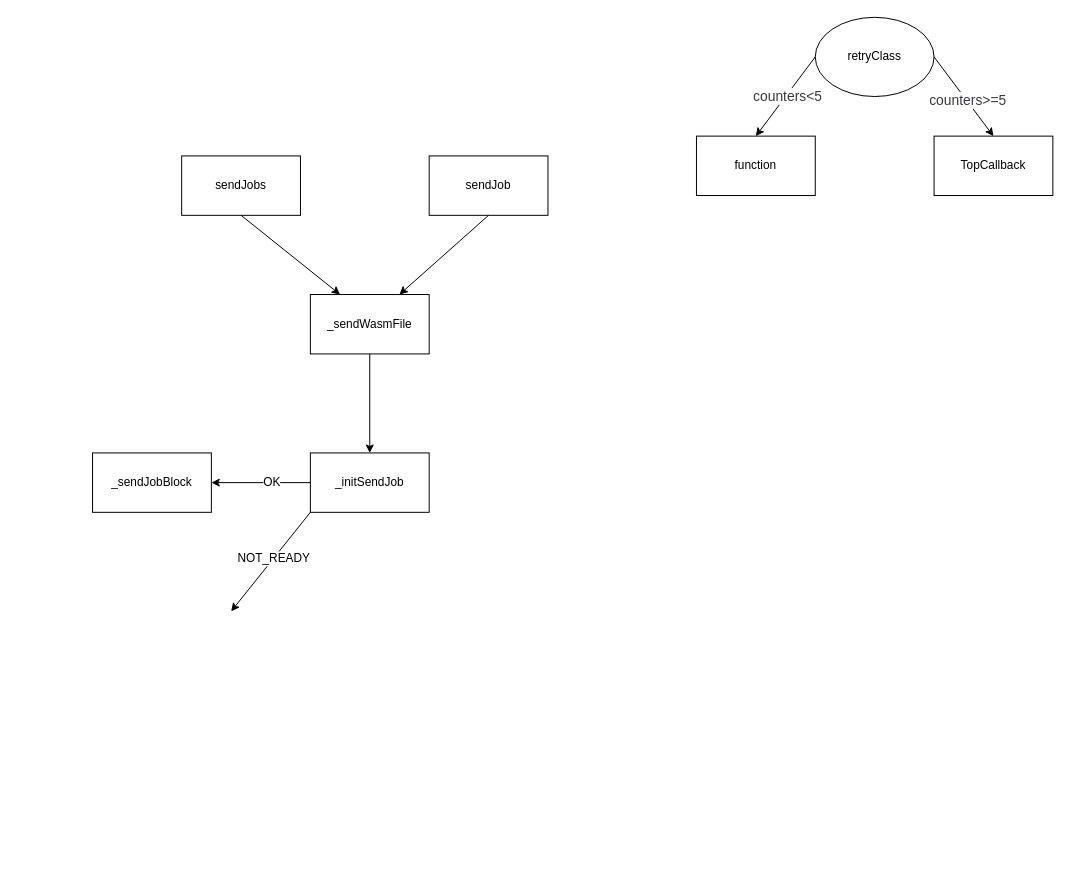
This is Untitled Diagram.drawio from woruyu/test, a draw.io file, before an edit. Source tidied: cells renumbered, new cells numbered last; positions are measured from the earlier drawing's top-left corner, leaving out a move shared by most shapes. Both pictures are drawn from the tidied source at 99%, with x=0, y=0 at pixel (92, 17).
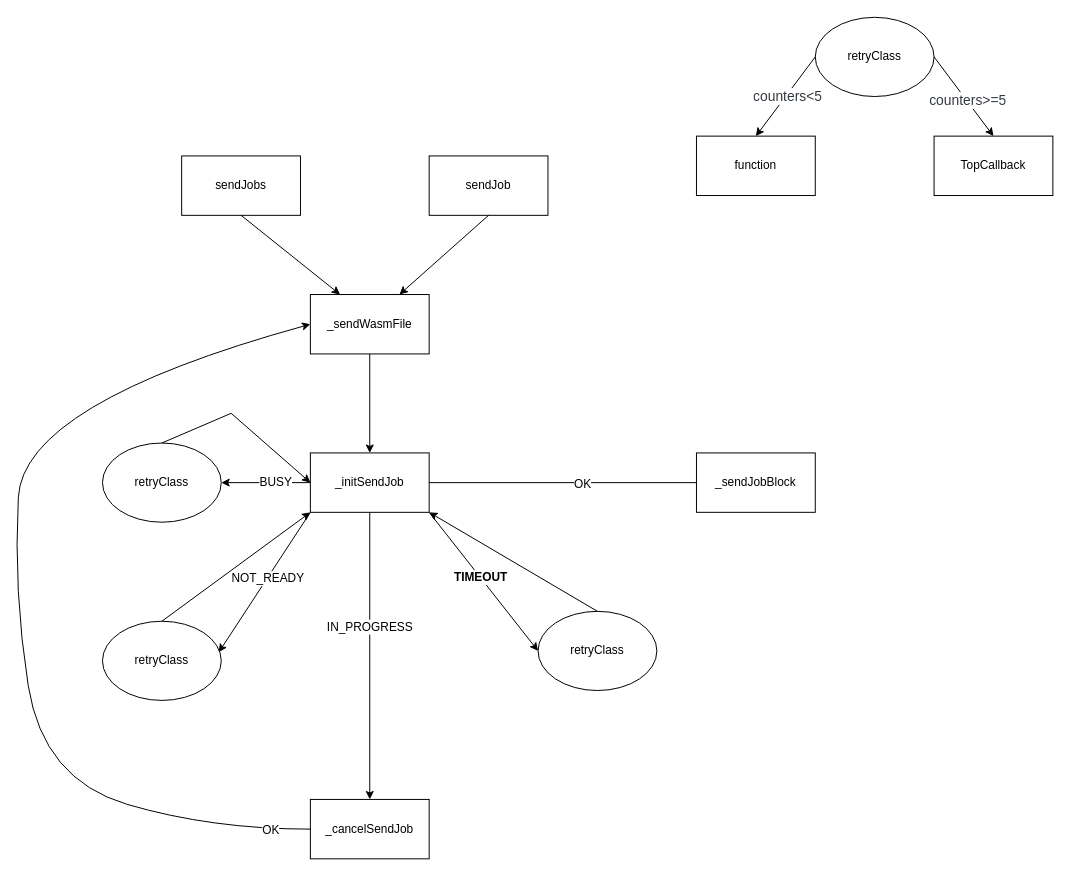
Above is the later version.

The change refers to these unchanged cells:
```xml
<mxCell id="2" value="_sendWasmFile" style="rounded=0;whiteSpace=wrap;html=1;" parent="1" vertex="1">
  <mxGeometry x="220" y="280" width="120" height="60" as="geometry" />
</mxCell>
<mxCell id="8" value="_initSendJob" style="rounded=0;whiteSpace=wrap;html=1;strokeColor=default;align=center;verticalAlign=middle;fontFamily=Helvetica;fontSize=12;fontColor=default;fillColor=default;" parent="1" vertex="1">
  <mxGeometry x="220" y="440" width="120" height="60" as="geometry" />
</mxCell>
```

Change to the diagram source:
```diff
@@
-    <mxCell id="9" style="endArrow=classic;html=1;rounded=0;fontFamily=Helvetica;fontSize=12;fontColor=default;exitX=0;exitY=0.5;exitDx=0;exitDy=0;entryX=1;entryY=0.5;entryDx=0;entryDy=0;" parent="1" edge="1" source="8" target="13">
-      <mxGeometry relative="1" as="geometry" />
+    <mxCell id="9" style="endArrow=classic;html=1;rounded=0;fontFamily=Helvetica;fontSize=12;fontColor=default;entryX=1;entryY=0.5;entryDx=0;entryDy=0;" parent="1" edge="1" target="13">
+      <mxGeometry relative="1" as="geometry">
+        <mxPoint x="340" y="470" as="sourcePoint" />
+      </mxGeometry>
     </mxCell>
@@
-    <mxCell id="11" style="endArrow=classic;html=1;rounded=0;fontFamily=Helvetica;fontSize=12;fontColor=default;exitX=0;exitY=1;exitDx=0;exitDy=0;" parent="1" edge="1" source="8">
-      <mxGeometry relative="1" as="geometry">
-        <mxPoint x="140" y="600" as="targetPoint" />
-      </mxGeometry>
+    <mxCell id="11" style="endArrow=classic;html=1;rounded=0;fontFamily=Helvetica;fontSize=12;fontColor=default;exitX=0;exitY=1;exitDx=0;exitDy=0;entryX=0.979;entryY=0.392;entryDx=0;entryDy=0;entryPerimeter=0;" parent="1" edge="1" source="8" target="26">
+      <mxGeometry relative="1" as="geometry" />
     </mxCell>
@@
     <mxCell id="13" value="_sendJobBlock" style="rounded=0;whiteSpace=wrap;html=1;strokeColor=default;align=center;verticalAlign=middle;fontFamily=Helvetica;fontSize=12;fontColor=default;fillColor=default;" parent="1" vertex="1">
-      <mxGeometry y="440" width="120" height="60" as="geometry" />
+      <mxGeometry x="610" y="440" width="120" height="60" as="geometry" />
     </mxCell>
@@
+    <mxCell id="21" style="endArrow=classic;html=1;rounded=0;fontFamily=Helvetica;fontSize=12;fontColor=default;exitX=0.5;exitY=1;exitDx=0;exitDy=0;entryX=0.5;entryY=0;entryDx=0;entryDy=0;" parent="1" edge="1" source="8" target="23">
+      <mxGeometry relative="1" as="geometry" />
+    </mxCell>
+    <mxCell id="22" value="IN_PROGRESS" style="edgeLabel;html=1;align=center;verticalAlign=middle;rounded=0;strokeColor=default;fontFamily=Helvetica;fontSize=12;fontColor=default;fillColor=default;" parent="21" vertex="1">
+      <mxGeometry x="-0.21" y="-1" relative="1" as="geometry" />
+    </mxCell>
+    <mxCell id="23" value="_cancelSendJob" style="rounded=0;whiteSpace=wrap;html=1;strokeColor=default;align=center;verticalAlign=middle;fontFamily=Helvetica;fontSize=12;fontColor=default;fillColor=default;" parent="1" vertex="1">
+      <mxGeometry x="220" y="790" width="120" height="60" as="geometry" />
+    </mxCell>
+    <mxCell id="24" style="endArrow=classic;html=1;rounded=0;fontFamily=Helvetica;fontSize=12;fontColor=default;exitX=1;exitY=1;exitDx=0;exitDy=0;entryX=0;entryY=0.5;entryDx=0;entryDy=0;" parent="1" edge="1" source="8" target="31">
+      <mxGeometry relative="1" as="geometry" />
+    </mxCell>
+    <mxCell id="25" value="&lt;b&gt;TIMEOUT&lt;/b&gt;" style="edgeLabel;html=1;align=center;verticalAlign=middle;rounded=0;strokeColor=default;fontFamily=Helvetica;fontSize=12;fontColor=default;fillColor=default;" parent="24" vertex="1">
+      <mxGeometry x="-0.07" relative="1" as="geometry" />
+    </mxCell>
+    <mxCell id="26" value="retryClass" style="ellipse;whiteSpace=wrap;html=1;rounded=0;strokeColor=default;align=center;verticalAlign=middle;fontFamily=Helvetica;fontSize=12;fontColor=default;fillColor=default;" parent="1" vertex="1">
+      <mxGeometry x="10" y="610" width="120" height="80" as="geometry" />
+    </mxCell>
+    <mxCell id="27" style="endArrow=classic;html=1;rounded=0;fontFamily=Helvetica;fontSize=12;fontColor=default;exitX=0.5;exitY=0;exitDx=0;exitDy=0;entryX=0;entryY=1;entryDx=0;entryDy=0;" parent="1" edge="1" source="26" target="8">
+      <mxGeometry relative="1" as="geometry" />
+    </mxCell>
+    <mxCell id="28" style="endArrow=classic;html=1;rounded=0;fontFamily=Helvetica;fontSize=12;fontColor=default;exitX=0;exitY=0.5;exitDx=0;exitDy=0;entryX=1;entryY=0.5;entryDx=0;entryDy=0;" parent="1" edge="1" source="8" target="30">
+      <mxGeometry relative="1" as="geometry" />
+    </mxCell>
+    <mxCell id="29" value="BUSY" style="edgeLabel;html=1;align=center;verticalAlign=middle;rounded=0;strokeColor=default;fontFamily=Helvetica;fontSize=12;fontColor=default;fillColor=default;" parent="28" vertex="1">
+      <mxGeometry x="-0.21" y="-1" relative="1" as="geometry" />
+    </mxCell>
+    <mxCell id="30" value="retryClass" style="ellipse;whiteSpace=wrap;html=1;rounded=0;strokeColor=default;align=center;verticalAlign=middle;fontFamily=Helvetica;fontSize=12;fontColor=default;fillColor=default;" parent="1" vertex="1">
+      <mxGeometry x="10" y="430" width="120" height="80" as="geometry" />
+    </mxCell>
+    <mxCell id="31" value="retryClass" style="ellipse;whiteSpace=wrap;html=1;rounded=0;strokeColor=default;align=center;verticalAlign=middle;fontFamily=Helvetica;fontSize=12;fontColor=default;fillColor=default;" parent="1" vertex="1">
+      <mxGeometry x="450" y="600" width="120" height="80" as="geometry" />
+    </mxCell>
+    <mxCell id="32" style="endArrow=classic;html=1;rounded=0;fontFamily=Helvetica;fontSize=12;fontColor=default;exitX=0.5;exitY=0;exitDx=0;exitDy=0;entryX=1;entryY=1;entryDx=0;entryDy=0;" parent="1" edge="1" source="31" target="8">
+      <mxGeometry relative="1" as="geometry" />
+    </mxCell>
+    <mxCell id="33" style="endArrow=classic;html=1;rounded=0;fontFamily=Helvetica;fontSize=12;fontColor=default;exitX=0.5;exitY=0;exitDx=0;exitDy=0;" parent="1" edge="1" source="30">
+      <mxGeometry relative="1" as="geometry">
+        <mxPoint x="220" y="470" as="targetPoint" />
+        <Array as="points">
+          <mxPoint x="140" y="400" />
+        </Array>
+      </mxGeometry>
+    </mxCell>
+    <mxCell id="34" style="curved=1;endArrow=classic;html=1;rounded=0;fontFamily=Helvetica;fontSize=12;fontColor=default;exitX=0;exitY=0.5;exitDx=0;exitDy=0;entryX=0;entryY=0.5;entryDx=0;entryDy=0;" parent="1" edge="1" source="23" target="2">
+      <mxGeometry relative="1" as="geometry">
+        <Array as="points">
+          <mxPoint x="120" y="820" />
+          <mxPoint x="-50" y="770" />
+          <mxPoint x="-80" y="580" />
+          <mxPoint x="-70" y="390" />
+        </Array>
+      </mxGeometry>
+    </mxCell>
+    <mxCell id="35" value="OK" style="edgeLabel;html=1;align=center;verticalAlign=middle;rounded=0;strokeColor=default;fontFamily=Helvetica;fontSize=12;fontColor=default;fillColor=default;" parent="34" vertex="1">
+      <mxGeometry x="-0.43" y="-4" relative="1" as="geometry">
+        <mxPoint x="225" y="53" as="offset" />
+      </mxGeometry>
+    </mxCell>
```
